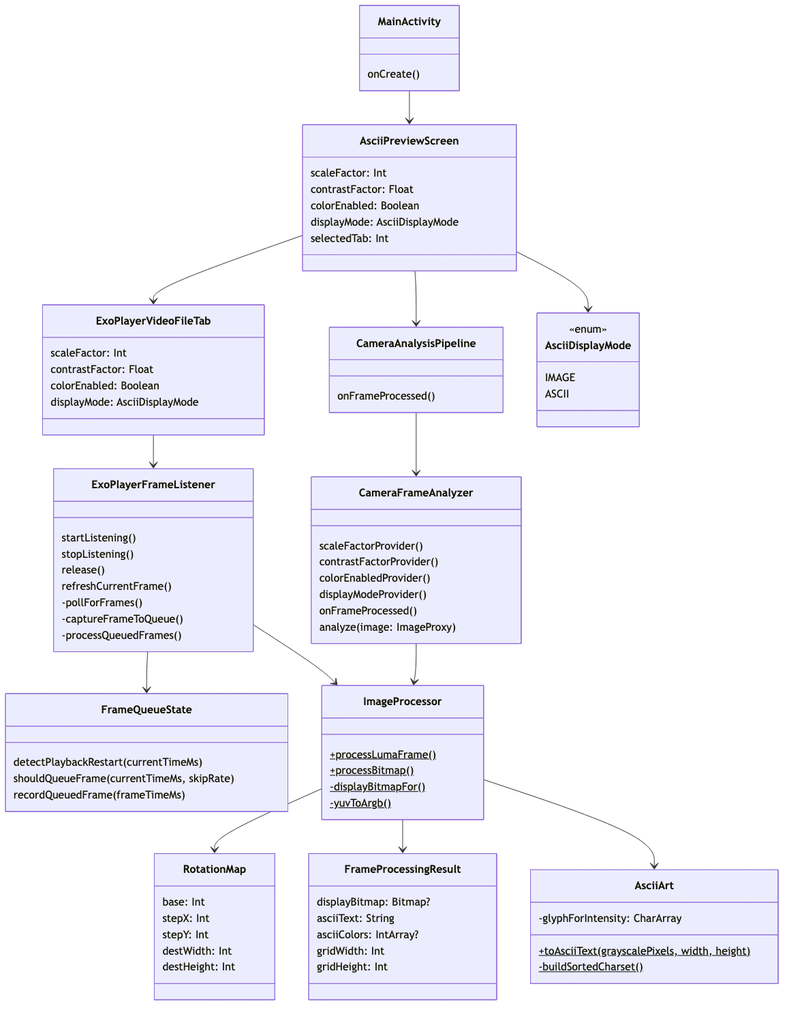
Earlier version of the Mermaid export docs/class-diagram.png (replicant1/AsciiArt). Its source is kept beside it as docs/class-diagram.mmd.
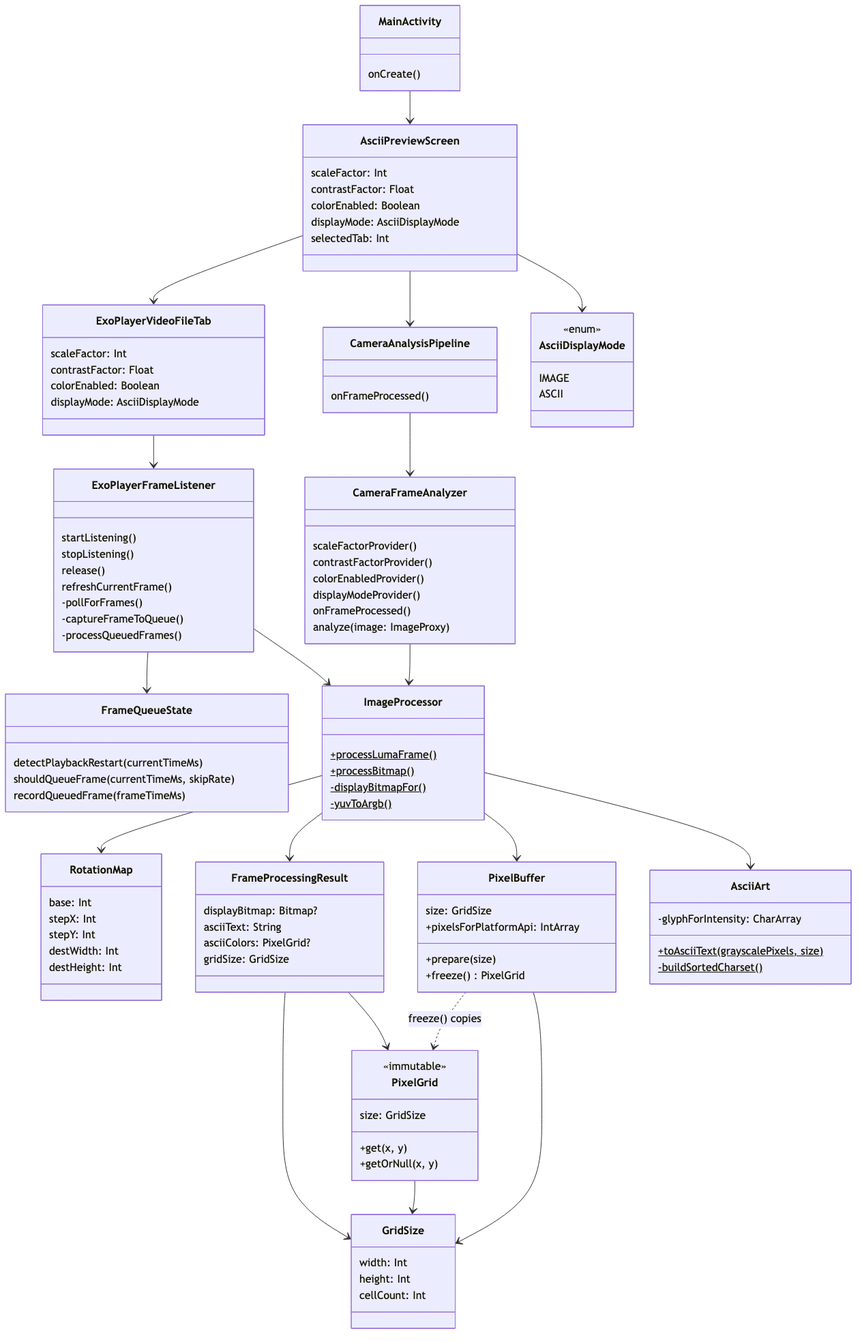
After the change.

Commit message:
Document PixelGrid, PixelBuffer and GridSize

Change to the diagram source:
```diff
@@ -65,13 +65,32 @@
     class FrameProcessingResult {
         displayBitmap: Bitmap?
         asciiText: String
-        asciiColors: IntArray?
-        gridWidth: Int
-        gridHeight: Int
+        asciiColors: PixelGrid?
+        gridSize: GridSize
+    }
+
+    class GridSize {
+        width: Int
+        height: Int
+        cellCount: Int
+    }
+
+    class PixelGrid {
+        <<immutable>>
+        size: GridSize
+        +get(x, y)
+        +getOrNull(x, y)
+    }
+
+    class PixelBuffer {
+        size: GridSize
+        +prepare(size)
+        +freeze() PixelGrid
+        +pixelsForPlatformApi: IntArray
     }
 
     class AsciiArt {
-        +toAsciiText(grayscalePixels, width, height)$
+        +toAsciiText(grayscalePixels, size)$
         -glyphForIntensity: CharArray
         -buildSortedCharset()$
     }
@@ -94,3 +113,9 @@
     ImageProcessor --> RotationMap
     ImageProcessor --> FrameProcessingResult
     ImageProcessor --> AsciiArt
+    ImageProcessor --> PixelBuffer
+    PixelBuffer ..> PixelGrid : freeze() copies
+    PixelBuffer --> GridSize
+    PixelGrid --> GridSize
+    FrameProcessingResult --> PixelGrid
+    FrameProcessingResult --> GridSize
```
